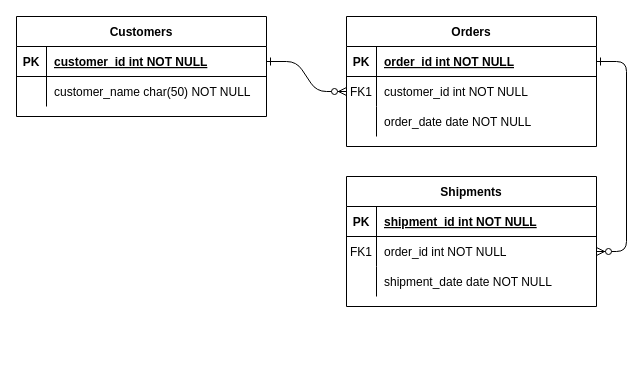
Before: Untitled Diagram.drawio in GilbertYou/Database-Desgn, a draw.io diagram. Source tidied: cells renumbered, new cells numbered last; positions are measured from the earlier drawing's top-left corner, leaving out a move shared by most shapes. Both pictures are drawn from the tidied source at 100%, with x=0, y=0 at pixel (16, 16).
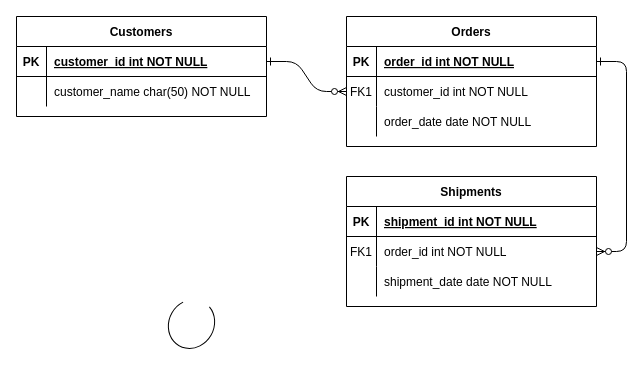
After the change.

Diff of the diagram source:
```diff
@@
+    <mxCell id="31" style="verticalLabelPosition=bottom;verticalAlign=top;html=1;shape=mxgraph.basic.arc;startAngle=0.3;endAngle=0.1;rotation=-60;" parent="1" vertex="1">
+      <mxGeometry x="150" y="285" width="50" height="45" as="geometry" />
+    </mxCell>
```
